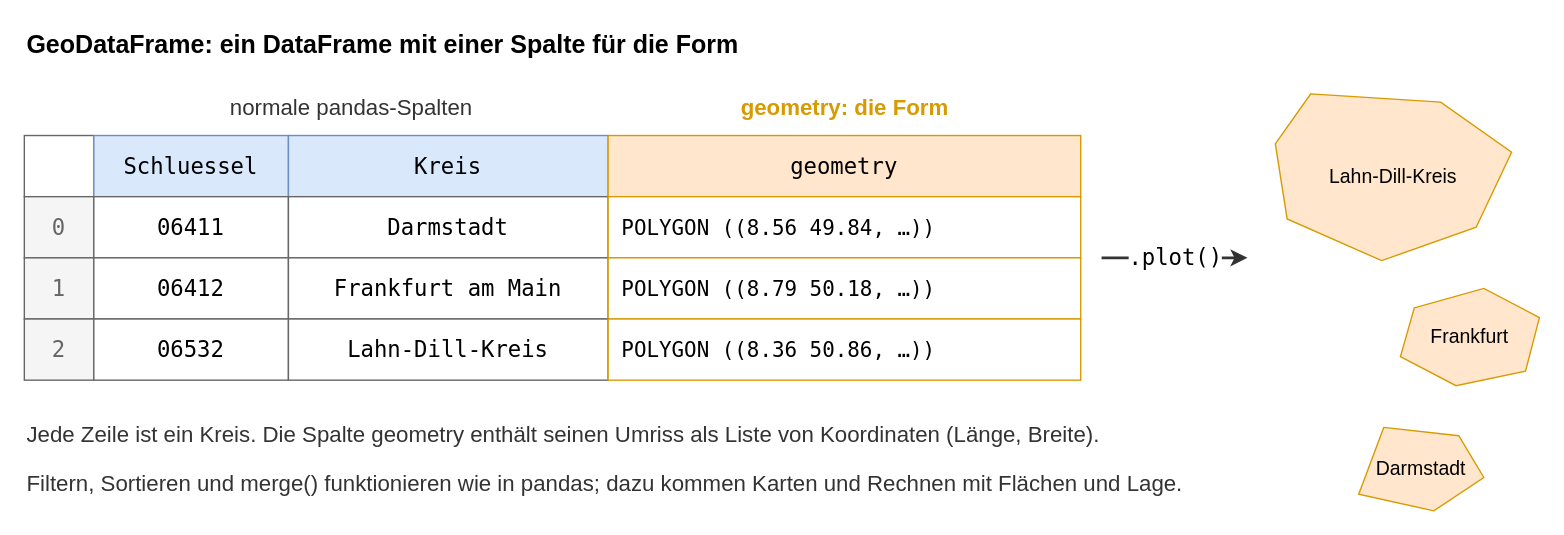
Above: assets/17_geodataframe.drawio in Aydinbas-IT-Consulting-Training/gfu-python-einsteiger (draw.io), before the change. Source tidied: cells renumbered, new cells numbered last; positions are measured from the earlier drawing's top-left corner, leaving out a move shared by most shapes. Both pictures are drawn from the tidied source at 139%, with x=0, y=0 at pixel (24, 24).
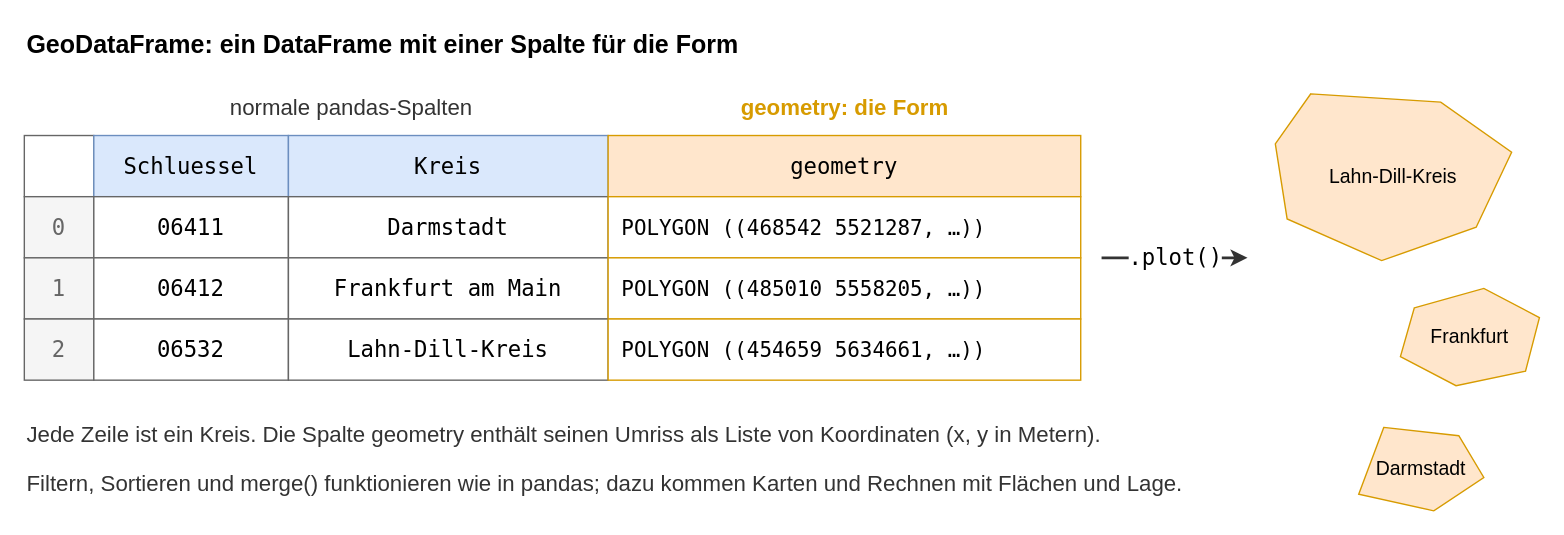
The same diagram, later.

Commit message (it also covers changes not shown here):
17: Kreise und Laender als GeoPackage in Metern ohne Umrechnung; CRS-Wechsel erst bei den Filialen

The edit, as a diff of the source:
```diff
@@
-    <mxCell id="14" value="POLYGON ((8.56 49.84, …))" style="rounded=0;whiteSpace=wrap;html=1;fillColor=#ffffff;strokeColor=#d79b00;fontSize=15;fontFamily=Menlo;align=left;spacingLeft=8;" parent="1" vertex="1">
+    <mxCell id="14" value="POLYGON ((468542 5521287, …))" style="rounded=0;whiteSpace=wrap;html=1;fillColor=#ffffff;strokeColor=#d79b00;fontSize=15;fontFamily=Menlo;align=left;spacingLeft=8;" parent="1" vertex="1">
       <mxGeometry x="420" y="124" width="340" height="44" as="geometry" />
     </mxCell>
@@
-    <mxCell id="17" value="POLYGON ((8.79 50.18, …))" style="rounded=0;whiteSpace=wrap;html=1;fillColor=#ffffff;strokeColor=#d79b00;fontSize=15;fontFamily=Menlo;align=left;spacingLeft=8;" parent="1" vertex="1">
+    <mxCell id="17" value="POLYGON ((485010 5558205, …))" style="rounded=0;whiteSpace=wrap;html=1;fillColor=#ffffff;strokeColor=#d79b00;fontSize=15;fontFamily=Menlo;align=left;spacingLeft=8;" parent="1" vertex="1">
       <mxGeometry x="420" y="168" width="340" height="44" as="geometry" />
     </mxCell>
@@
-    <mxCell id="20" value="POLYGON ((8.36 50.86, …))" style="rounded=0;whiteSpace=wrap;html=1;fillColor=#ffffff;strokeColor=#d79b00;fontSize=15;fontFamily=Menlo;align=left;spacingLeft=8;" parent="1" vertex="1">
+    <mxCell id="20" value="POLYGON ((454659 5634661, …))" style="rounded=0;whiteSpace=wrap;html=1;fillColor=#ffffff;strokeColor=#d79b00;fontSize=15;fontFamily=Menlo;align=left;spacingLeft=8;" parent="1" vertex="1">
       <mxGeometry x="420" y="212" width="340" height="44" as="geometry" />
     </mxCell>
@@
-    <mxCell id="25" value="Jede Zeile ist ein Kreis. Die Spalte geometry enthält seinen Umriss als Liste von Koordinaten (Länge, Breite)." style="text;html=1;align=left;verticalAlign=middle;fontSize=16;fontFamily=Helvetica;fontColor=#333333;" parent="1" vertex="1">
+    <mxCell id="25" value="Jede Zeile ist ein Kreis. Die Spalte geometry enthält seinen Umriss als Liste von Koordinaten (x, y in Metern)." style="text;html=1;align=left;verticalAlign=middle;fontSize=16;fontFamily=Helvetica;fontColor=#333333;" parent="1" vertex="1">
       <mxGeometry y="280" width="900" height="30" as="geometry" />
     </mxCell>
```
